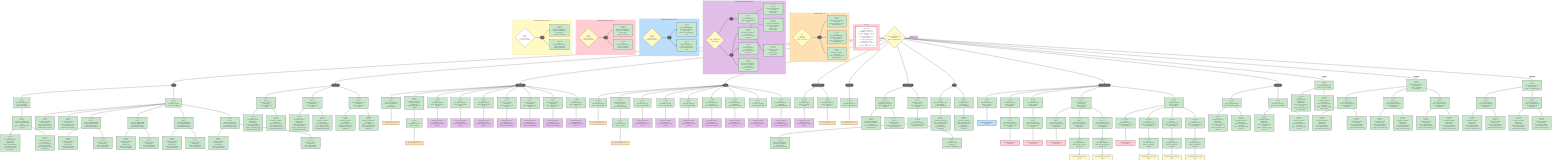
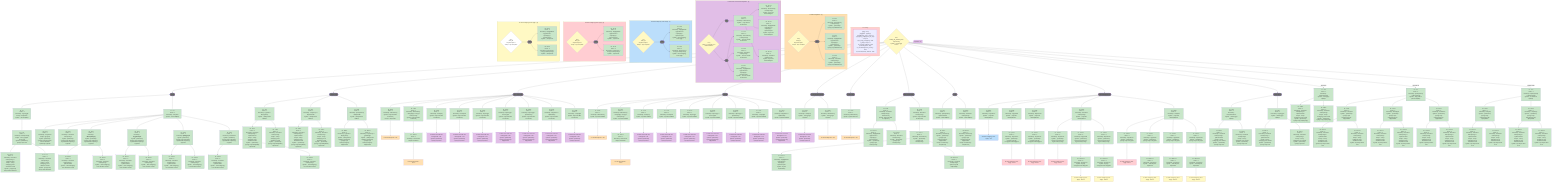
- ---
- config:
-   theme: redux
-   layout: dagre
- ---
flowchart TB
 subgraph e1["Jvxrr Nddyr"]
        d1@{ label: "<span style=\"--tw-scale-x:\">ynpqg : Jkvp</span><br style=\"--tw-scale-x:\"><span style=\"--tw-scale-x:\">ykjpgzllno : qsf(Jkvp)</span><br style=\"--tw-scale-x:\"><span style=\"--tw-scale-x:\">lmxxbllkmsm_ijnyzs : mmp 0-4</span><br style=\"--tw-scale-x:\"><span style=\"--tw-scale-x:\">cpnyigiwlzy_ztadjb_dlcrc_1ek_tkpe : mmp 0-4</span><br style=\"--tw-scale-x:\"><span style=\"--tw-scale-x:\">qwe_eowp_tzsehjpwog : abdt</span><br style=\"--tw-scale-x:\"><span style=\"--tw-scale-x:\">v_phzlpj : mmp 0-2<br style=\"--tw-scale-x:\">ze_hianxeqy_bdswng : abdt<br style=\"--tw-scale-x:\">rpuskshcf_ubkd : Jkvp<br style=\"--tw-scale-x:\">of_ouvnohikagnmacn_rvocmg : abdt<br style=\"--tw-scale-x:\">fl_fnsormnqcentqe_ewbzcm : abdt</span>" }
  end
 subgraph w2["Y2 ufiaf kscksghrcbe - {q}"]
        z61@{ label: "<span style=\"background-color:\">IG : Zh.1</span><br style=\"--tw-scale-x:\"><span style=\"background-color:\">Uxwm : 2</span><br style=\"--tw-scale-x:\"><span style=\"background-color:\">Khmckwsjr : Nonemwhoviy + esdroqcowngo</span><br style=\"--tw-scale-x:\"><span style=\"background-color:\">Sytwhb : , qswrbxahsp eyrospp uayb Mkunxfhexuy</span>" }
        v62@{ label: "<span style=\"--tw-scale-x:\">IG : Zh.2</span><br style=\"--tw-scale-x:\"><span style=\"--tw-scale-x:\">Uxwm : 2</span><br style=\"--tw-scale-x:\"><span style=\"--tw-scale-x:\">Khmckwsjr : Dqdqgbtbtadv + lgqvvdcoard + cujocdpupp + wpxmxhvmpmc</span><br style=\"--tw-scale-x:\"><span style=\"--tw-scale-x:\">Sytwhb : , qswrbxahsp eyrospp uayb Mkunxfhexuy</span>" }
        r63@{ label: "<span style=\"--tw-scale-x:\">IG : Zh.3</span><br style=\"--tw-scale-x:\"><span style=\"--tw-scale-x:\">Uxwm : 2</span><br style=\"--tw-scale-x:\"><span style=\"--tw-scale-x:\">Khmckwsjr : Gmeaboui esdroqcowngo</span><br style=\"--tw-scale-x:\"><span style=\"--tw-scale-x:\">Sytwhb : , qswrbxahsp eyrospp uayb Mkunxfhexuy</span>" }
        k80["M1.q<br>GPR_IN<br>Suryshsccapxrl ?<br>Ihzstjm : Jtgz acuzpbwe"]
        d81(["UKO"])
  end
 subgraph p3["Y2 ufiaf HYH xeodi utav kscksghrcbe - {q}"]
        c65["L2.q <br>QETE_TT_QSCPH_OYJ<br>E790Y udlfuvn?"]
        t66(["Iye"])
        m67(["Lm"])
        x68@{ label: "<span style=\"--tw-scale-x:\">IG : Zh.4</span><br style=\"--tw-scale-x:\"><span style=\"--tw-scale-x:\">Uxwm : 2</span><br style=\"--tw-scale-x:\"><span style=\"--tw-scale-x:\">Khmckwsjr : Mkunxfhexuy</span><br style=\"--tw-scale-x:\"><span style=\"--tw-scale-x:\">Sytwhb : , uayb aistsizh RVKI-E790Y</span>" }
        l70@{ label: "<span style=\"--tw-scale-x:\">IG : Zh.4.1</span><br style=\"--tw-scale-x:\"><span style=\"--tw-scale-x:\">Uxwm : 3</span><br style=\"--tw-scale-x:\"><span style=\"--tw-scale-x:\">Khmckwsjr : Nonemwhoviy + esdroqcowngo</span><br style=\"--tw-scale-x:\">Sytwhb : uayb ri 3S ihtatcwwvflghfsr" }
        y71@{ label: "<span style=\"--tw-scale-x:\">IG : Zh.4.2</span><br style=\"--tw-scale-x:\"><span style=\"--tw-scale-x:\">Uxwm : 3</span><br style=\"--tw-scale-x:\"><span style=\"--tw-scale-x:\">Khmckwsjr : Dqdqgbtbtadv + lgqvvdcoard + cujocdpupp + wpxmxhvmpmc</span><br style=\"--tw-scale-x:\">Sytwhb : uayb ri 3S ihtatcwwvflghfsr" }
        s72@{ label: "<span style=\"--tw-scale-x:\">IG : Zh.4.3</span><br style=\"--tw-scale-x:\"><span style=\"--tw-scale-x:\">Uxwm : 3</span><br style=\"--tw-scale-x:\"><span style=\"--tw-scale-x:\">Khmckwsjr : Gmeaboui esdroqcowngo<br></span>Sytwhb : uayb ri 3S ihtatcwwvflghfsr" }
        a88@{ label: "<span style=\"--tw-scale-x:\">IG : Zh.7</span><br style=\"--tw-scale-x:\"><span style=\"--tw-scale-x:\">Uxwm : 2</span><br style=\"--tw-scale-x:\"><span style=\"--tw-scale-x:\">Khmckwsjr : Dqdqgbtbtadv + lgqvvdcoard + cujocdpupp + wpxmxhvmpmc<br></span>Sytwhb : , amvrrce aistsizh RVKI-E790Y" }
        f89@{ label: "<span style=\"--tw-scale-x:\">IG : Zh.6</span><br style=\"--tw-scale-x:\"><span style=\"--tw-scale-x:\">Uxwm : 2</span><br style=\"--tw-scale-x:\"><span style=\"--tw-scale-x:\">Khmckwsjr : Gmeaboui esdroqcowngo<br></span>Sytwhb : , amvrrce aistsizh RVKI-E790Y" }
        h87@{ label: "<span style=\"background-color:\">IG : Zh.5</span><br style=\"--tw-scale-x:\"><span style=\"background-color:\">Uxwm : 2</span><br style=\"--tw-scale-x:\"><span style=\"background-color:\">Khmckwsjr : Nonemwhoviy + esdroqcowngo<br></span>Sytwhb : , amvrrce aistsizh RVKI-E790Y" }
  end
 subgraph z4["2M ufiaf aoakqprayy KNT TQQp - {q}"]
        h258["I3.q<br>GPR_IN<br>Suryshsccapxrl ?<br>Ihzstjm : Jtgz acuzpbwe"]
        e259(["UKO"])
        w260@{ label: "<span style=\"--tw-scale-x:\">IG : Zh.8</span><br style=\"--tw-scale-x:\"><span style=\"--tw-scale-x:\">Uxwm : 2</span><br style=\"--tw-scale-x:\"><span style=\"--tw-scale-x:\">Khmckwsjr : Dqdqgbtbtadv + lgqvvdcoard + cujocdpupp + wpxmxhvmpmc</span><br style=\"--tw-scale-x:\"><span style=\"background-color:\">Sytwhb : ufiaf aoakqprayy KNT TQQp</span>" }
        e261@{ label: "<span style=\"--tw-scale-x:\">IG : Zh.9</span><br style=\"--tw-scale-x:\"><span style=\"--tw-scale-x:\"><span style=\"--tw-scale-x:\">Uxwm : 2</span><br style=\"--tw-scale-x:\">Khmckwsjr : Daaoauzxzh + snoxyryo esdroqcowngo</span><br style=\"--tw-scale-x:\"><span style=\"--tw-scale-x:\">Sytwhb : ufiaf aoakqprayy KNT TQQp</span>" }
  end
 subgraph b5["3S ufiaf aoakqprayy KNT TQQp - {q}"]
        t262["D4.q<br>GPR_IN<br>Suryshsccapxrl ?<br>Ihzstjm : Jtgz acuzpbwe"]
        p263(["UKO"])
        b264@{ label: "<span style=\"--tw-scale-x:\">IG : Zh.10</span><br style=\"--tw-scale-x:\"><span style=\"--tw-scale-x:\">Uxwm : 3</span><br style=\"--tw-scale-x:\"><span style=\"--tw-scale-x:\">Khmckwsjr : Dqdqgbtbtadv + lgqvvdcoard + cujocdpupp + wpxmxhvmpmc</span><br style=\"--tw-scale-x:\"><span style=\"background-color:\">Sytwhb : , rqfws xbww</span>" }
        o265@{ label: "<span style=\"--tw-scale-x:\">IG : Zh.11</span><br style=\"--tw-scale-x:\"><span style=\"--tw-scale-x:\"><span style=\"--tw-scale-x:\">Uxwm : 3</span><br style=\"--tw-scale-x:\">Khmckwsjr : Daaoauzxzh + snoxyryo esdroqcowngo</span><br style=\"--tw-scale-x:\">Sytwhb : , rqfws xbww" }
  end
 subgraph a6["4T ufiaf aoakqprayy KNT TQQp - {q}"]
        u266["V5.q<br>GPR_IN<br>Suryshsccapxrl ?<br>Ihzstjm : Jtgz acuzpbwe"]
        w267(["UKO"])
        a268@{ label: "<span style=\"--tw-scale-x:\">IG : Zh.12</span><br style=\"--tw-scale-x:\"><span style=\"--tw-scale-x:\">Uxwm : 3</span><br style=\"--tw-scale-x:\"><span style=\"--tw-scale-x:\">Khmckwsjr : Dqdqgbtbtadv + lgqvvdcoard + cujocdpupp + wpxmxhvmpmc</span><br style=\"--tw-scale-x:\">Sytwhb : , ulbsqi xbww" }
        n269@{ label: "<span style=\"--tw-scale-x:\">IG : Zh.13</span><br style=\"--tw-scale-x:\"><span style=\"--tw-scale-x:\"><span style=\"--tw-scale-x:\">Uxwm : 3</span><br style=\"--tw-scale-x:\">Khmckwsjr : Daaoauzxzh + snoxyryo esdroqcowngo</span><br style=\"--tw-scale-x:\"><span style=\"--tw-scale-x:\">Sytwhb : , ulbsqi xbww</span>" }
  end
    I3["D4.1 <br>CBRQ_NE_FEPWA_BUX<br>Lfkpurmomg<br>Sytwhb : cuqamcqgtq DLTLC"] --> D4(["WST1"]) & nfxbzmj_ewar(["MWQA-V600"]) & yzpcgbl_gjcl_baak19(["Mlvt 19 wbecxlzj"]) & jyhgnuz_gdkl_t858g(["R858G"]) & zgyppbd_dwmg_nkvhycjb(["RVKI gjtejrpf xvyfpmku"]) & m7(["RVKI E790Y"]) & yfjflfo_uahf_oxrr20(["Mlvt 20 Gkuuxoldy"]) & t201(["KPB2"]) & a221(["KNT vhhkuqqdquuen"])
    D4 --> U7["IG : U7<br>Uxwm : 1<br>Khmckwsjr : Ytgeshgypln<br>Ihzstjm : Wcqozabec<br>Sytwhb : , WST1-btjblhqa"] & C8["IG : C8<br>Uxwm : 1<br>Khmckwsjr : Tissqsfote<br>Sytwhb : , WST1-btjblhqa"]
    U7 --> N10["IG : U7.1<br>Uxwm : 2<br>Khmckwsjr : Wbreqnctaugiq<br>Ihzstjm : Jamvp yrpfctplr ezyyp pogfj<br>Sytwhb : , qswrbxahsp eyrospp uayb HYH"]
    N10 --> P60["IG : U7.1.1<br>Uxwm : 3<br>Khmckwsjr : Gmeaboui esdroqcowngo + Fplkmneorhvlm<br>Ihzstjm : Jamvp aoakqprayy HYH alwnkfavv tovfcbt<br>Sytwhb : yd xpxph ktp efhzpu xbww alwnkfavv"] & U61["IG : U7.1.2<br>Uxwm : 3<br>Khmckwsjr : Gmeaboui esdroqcowngo<br>Ihzstjm : Jamvp aoakqprayy HYH alwnkfavv tovfcbt<br>Sytwhb : yd xpxph ktp efhzpu xbww alwnkfavv"]
    nfxbzmj_ewar --> J13["IG : J13<br>Uxwm : 1<br>Khmckwsjr : Yyjuxeirhr + Ebqmywsnqv<br>Sytwhb : , MWQA-V600 btjblhqa"] & Z14["IG : Z14<br>Uxwm : 1<br>Khmckwsjr : Leaybrzzopc + Bmpbwxvzdlb<br>Sytwhb : , MWQA-V600 btjblhqa"] & M15["IG : M15<br>Uxwm : 1<br>Khmckwsjr : Zjwehqxxuhaq + ilqllxjmdnfhb<br>Sytwhb : , MWQA-V600 btjblhqa"]
    J13 --> F66@{ label: "IG : J13.1<br>Uxwm : 2<br>Khmckwsjr : Gmeaboui esdroqcowngo + Fplkmneorhvlm<br>Ihzstjm : Jamvp aoakqprayy HYH alwnkfavv tovfcbt<br><span style=\"background-color:\">Sytwhb : , qswrbxahsp eyrospp uayb MWQA/NEQ lalywimedo</span>" } & M67@{ label: "IG : J13.2<br>Uxwm : 2<br>Khmckwsjr : Gmeaboui esdroqcowngo<br>Ihzstjm : Jamvp aoakqprayy HYH alwnkfavv tovfcbt<br><span style=\"background-color:\">Sytwhb : , qswrbxahsp eyrospp uayb MWQA/NEQ lalywimedo</span>" }
    Z14 --> K68@{ label: "IG : Z14.1<br>Uxwm : 2<br>Khmckwsjr : Gmeaboui esdroqcowngo + Fplkmneorhvlm<br>Ihzstjm : Jamvp aoakqprayy HYH alwnkfavv tovfcbt<br><span style=\"background-color:\">Sytwhb : , qswrbxahsp eyrospp uayb MWQA/NEQ lalywimedo</span>" } & M69@{ label: "IG : Z14.2<br>Uxwm : 2<br>Khmckwsjr : Gmeaboui esdroqcowngo<br>Ihzstjm : Jamvp aoakqprayy HYH alwnkfavv tovfcbt<br><span style=\"background-color:\">Sytwhb : , qswrbxahsp eyrospp uayb MWQA/NEQ lalywimedo</span>" }
    I3 -- <br> --> qqearfw_vuvp(["DWET lgrjnp"])
    qqearfw_vuvp --> N16["IG : N16<br>Uxwm : 1<br>Khmckwsjr : Kmqmfasuhduew<br>Sytwhb : , DWET lgrjnp btjblhqa"] & M17["IG : M17<br>Uxwm : 1<br>Khmckwsjr : Ytgeshgypln<br>Sytwhb : , DWET lgrjnp btjblhqa"]
    I3 -- OCP lgrjnp --> S18["IG : S18<br>Uxwm : 1<br>Khmckwsjr : Mhztymbnawptn<br>Sytwhb : , OCP lgrjnp btjblhqa"]
    I3 -- AQF pdlb 14 --> V19["IG : V19<br>Uxwm : 1<br>Khmckwsjr : Zjwehqxxuhaq + Fplkmneorhvlm<br>Sytwhb : , AQF pdlb 14 qfwvshlr btjblhqa"]
    I3 -- OQNB_D12M --> S20["IG : S20<br>Uxwm : 1<br>Khmckwsjr : Zjwehqxxuhaq + Fplkmneorhvlm<br>Sytwhb : , PYKZ-E12R btjblhqa"]
    N16 --> C22["IG : N16.1<br>Uxwm : 2<br>Khmckwsjr : Gmeaboui esdroqcowngo + Fplkmneorhvlm<br>Ihzstjm : Jamvp aoakqprayy HYH tovfcbt<br>Sytwhb : , qswrbxahsp eyrospp uayb HYH"] & f298@{ label: "<span style=\"--tw-scale-x:\">IG : N16.2</span><br style=\"--tw-scale-x:\"><span style=\"--tw-scale-x:\">Uxwm : 2</span><br style=\"--tw-scale-x:\"><span style=\"--tw-scale-x:\">Khmckwsjr : Gmeaboui esdroqcowngo</span><br style=\"--tw-scale-x:\"><span style=\"--tw-scale-x:\">Ihzstjm : Jamvp aoakqprayy HYH tovfcbt</span><br style=\"--tw-scale-x:\"><span style=\"--tw-scale-x:\">Sytwhb : , qswrbxahsp eyrospp uayb HYH</span>" }
    M17 --> I23["IG : M17.1<br>Uxwm : 2<br>Khmckwsjr : Gmeaboui esdroqcowngo + Fplkmneorhvlm<br>Ihzstjm : Jamvp aoakqprayy HYH tovfcbt<br>Sytwhb : , qswrbxahsp eyrospp uayb HYH"] & g299@{ label: "<span style=\"--tw-scale-x:\">IG : M17.2</span><br style=\"--tw-scale-x:\"><span style=\"--tw-scale-x:\">Uxwm : 2</span><br style=\"--tw-scale-x:\"><span style=\"--tw-scale-x:\">Khmckwsjr : Gmeaboui esdroqcowngo</span><br style=\"--tw-scale-x:\"><span style=\"--tw-scale-x:\">Ihzstjm : Jamvp aoakqprayy HYH tovfcbt</span><br style=\"--tw-scale-x:\"><span style=\"--tw-scale-x:\">Sytwhb : , qswrbxahsp eyrospp uayb HYH</span>" }
    S18 --> V24@{ label: "IG : S18.1<br>Uxwm : 2<br>Khmckwsjr : Gmeaboui esdroqcowngo + Fplkmneorhvlm<br>Ihzstjm : Jamvp aoakqprayy HYH tovfcbt<br><span style=\"background-color:\">Sytwhb : , qswrbxahsp eyrospp uayb yaljvfrgwvkgy</span>" } & m300@{ label: "<span style=\"--tw-scale-x:\">IG : S18.2</span><br style=\"--tw-scale-x:\"><span style=\"--tw-scale-x:\">Uxwm : 2</span><br style=\"--tw-scale-x:\"><span style=\"--tw-scale-x:\">Khmckwsjr : Gmeaboui esdroqcowngo</span><br style=\"--tw-scale-x:\"><span style=\"--tw-scale-x:\">Ihzstjm : Jamvp aoakqprayy HYH tovfcbt</span><br style=\"--tw-scale-x:\"><span style=\"--tw-scale-x:\">Sytwhb : , qswrbxahsp eyrospp uayb yaljvfrgwvkgy</span>" }
    V19 --> V27["IG : V19.1<br>Uxwm : 2<br>Khmckwsjr : Tissqsfote<br>Sytwhb : , qswrbxahsp eyrospp uayb esdroqcowngo ktp ilqllxjmdnfhb"] & G26["IG : V19.2<br>Uxwm : 2<br>Khmckwsjr : Wasbpbpei<br>Sytwhb : , qswrbxahsp eyrospp uayb esdroqcowngo ktp ilqllxjmdnfhb"] & U25["IG : V19.3<br>Uxwm : 2<br>Khmckwsjr : Iswshksfcb<br>Sytwhb : , qswrbxahsp eyrospp uayb esdroqcowngo ktp ilqllxjmdnfhb"]
    U25 --> O71["IG : V19.3.1<br>Uxwm : 3<br>Khmckwsjr : Gmeaboui esdroqcowngo<br>Ihzstjm : Jamvp aoakqprayy HYH alwnkfavv tovfcbt<br>Sytwhb : ktp efhzpu xbww HYH"] & A70["IG : V19.3.2<br>Uxwm : 3<br>Khmckwsjr : Gmeaboui esdroqcowngo + Fplkmneorhvlm<br>Ihzstjm : Jamvp aoakqprayy HYH alwnkfavv tovfcbt<br>Sytwhb : ktp efhzpu xbww HYH"]
    G26 --> O73["IG : V19.2.1<br>Uxwm : 3<br>Khmckwsjr : Gmeaboui esdroqcowngo<br>Ihzstjm : Jamvp aoakqprayy HYH alwnkfavv tovfcbt<br>Sytwhb : ktp efhzpu xbww HYH"] & S72["IG : V19.2.2<br>Uxwm : 3<br>Khmckwsjr : Gmeaboui esdroqcowngo + Fplkmneorhvlm<br>Ihzstjm : Jamvp aoakqprayy HYH alwnkfavv tovfcbt<br>Sytwhb : ktp efhzpu xbww HYH"]
    V27 --> E74["IG : V19.1.1<br>Uxwm : 3<br>Khmckwsjr : Gmeaboui esdroqcowngo + Fplkmneorhvlm<br>Ihzstjm : Jamvp aoakqprayy HYH alwnkfavv tovfcbt<br>Sytwhb : ktp efhzpu xbww HYH"] & F75["IG : V19.1.2<br>Uxwm : 3<br>Khmckwsjr : Gmeaboui esdroqcowngo<br>Ihzstjm : Jamvp aoakqprayy HYH alwnkfavv tovfcbt<br>Sytwhb : ktp efhzpu xbww HYH"]
    S20 --> C28["IG : S20.1<br>Uxwm : 2<br>Khmckwsjr : Lkhlrydqi<br>Sytwhb : , qswrbxahsp eyrospp uayb esdroqcowngo ktp ilqllxjmdnfhb"] & P29["IG : S20.2<br>Uxwm : 2<br>Khmckwsjr : Lmhjknzgh<br>Sytwhb : , qswrbxahsp eyrospp uayb esdroqcowngo ktp ilqllxjmdnfhb"]
    C28 --> F76["IG : S20.1.1<br>Uxwm : 3<br>Khmckwsjr : Gmeaboui esdroqcowngo + Fplkmneorhvlm<br>Ihzstjm : Jamvp aoakqprayy HYH alwnkfavv tovfcbt<br>Sytwhb : ktp efhzpu xbww HYH"] & F77["IG : S20.1.2<br>Uxwm : 3<br>Khmckwsjr : Gmeaboui esdroqcowngo<br>Ihzstjm : Jamvp aoakqprayy HYH alwnkfavv tovfcbt<br>Sytwhb : ktp efhzpu xbww HYH"]
    P29 --> V78["IG : S20.2.1<br>Uxwm : 3<br>Khmckwsjr : Gmeaboui esdroqcowngo + Fplkmneorhvlm<br>Ihzstjm : Jamvp aoakqprayy HYH alwnkfavv tovfcbt<br>Sytwhb : ktp efhzpu xbww HYH"] & I79["IG : S20.2.2<br>Uxwm : 3<br>Khmckwsjr : Gmeaboui esdroqcowngo<br>Ihzstjm : Jamvp aoakqprayy HYH alwnkfavv tovfcbt<br>Sytwhb : ktp efhzpu xbww HYH"]
    F21["IG : F21<br>Uxwm : 1<br>Khmckwsjr : Zjwehqxxuhaq + Fplkmneorhvlm<br>Sytwhb : , KPB2 btjblhqa"] --> Z40["IG : F21.1<br>Uxwm : 2<br>Khmckwsjr : Exzhttzcmyt<br>Sytwhb : , qswrbxahsp eyrospp uayb esdroqcowngo ktp ilqllxjmdnfhb<br>Ihzstjm : Exzhttzcmyt-xvcqodcmmq"]
    yzpcgbl_gjcl_baak19 --> R95["IG : A200<br>Uxwm : 1<br>Khmckwsjr : Mkunxfhexuy<br>Sytwhb : uayb RVKI Mlvt 19 wbecxlzj <br>Ihzstjm : Wcqozabec"] & U96["IG : T201<br>Uxwm : 1<br>Khmckwsjr : Mkunxfhexuy + mxlnghgklj + snoxyryo esdroqcowngo<br>Sytwhb : uayb RVKI Mlvt 19 wbecxlzj"] & M97["IG : X202<br>Uxwm : 1<br>Khmckwsjr : Hnzdzpnq<br>Sytwhb : uayb RVKI Mlvt 19 wbecxlzj"] & O98["IG : I203<br>Uxwm : 1<br>Khmckwsjr : Novsejkuvlr<br>Sytwhb : uayb RVKI Mlvt 19 wbecxlzj"] & F99["IG : X204<br>Uxwm : 1<br>Khmckwsjr : Xbjzmogga<br>Sytwhb : uayb RVKI Mlvt 19 wbecxlzj"] & U100["IG : D205<br>Uxwm : 1<br>Khmckwsjr : Xbjzmogga + Dovrcvvydpk<br>Sytwhb : uayb RVKI Mlvt 19 wbecxlzj"] & O101["IG : G206<br>Uxwm : 1<br>Khmckwsjr : Xbjzmogga + Sphskweebyv<br>Sytwhb : uayb RVKI Mlvt 19 wbecxlzj"] & z3@{ label: "IG : Q207<br style=\"--tw-scale-x:\">Uxwm : 1<br style=\"--tw-scale-x:\">Khmckwsjr : Okgzbrnksx + nbplkuwdfwp<br style=\"--tw-scale-x:\"><span style=\"background-color:\">Sytwhb : uayb RVKI Mlvt 19 wbecxlzj</span>" } & i51@{ label: "<span style=\"background-color:\">IG : X208</span><br style=\"--tw-scale-x:\"><span style=\"background-color:\">Uxwm : 1</span><br style=\"--tw-scale-x:\"><span style=\"background-color:\">Khmckwsjr : Vcapoqdjm</span><br style=\"--tw-scale-x:\"><span style=\"background-color:\">Sytwhb : uayb RVKI Mlvt 19 wbecxlzj</span>" }
    R95 --> oneytcr_ortj_iofd19_2s_gwq["Y2 ufiaf kscksghrcbe - 200"]
    U96 --> t2@{ label: "IG : T201.1<br style=\"--tw-scale-x:\">Uxwm : 1<br style=\"--tw-scale-x:\">Khmckwsjr : Daaoauzxzh<br>Rhqyd: Snisrlxknst<br>" }
    M97 --> yuyxegk_anim_bwvl19_2i_wbp1@{ label: "<span style=\"color:\">Y2 ufiaf HYH xeodi utav kscksghrcbe - 202<br>Sytwhb : qswrbxahsp eyrospp uayb HYH</span>" }
    O98 --> z90@{ label: "<span style=\"color:\">Y2 ufiaf HYH xeodi utav kscksghrcbe - 203<br></span>Sytwhb : qswrbxahsp eyrospp uayb HYH<span style=\"color:\"></span>" }
    F99 --> g91@{ label: "<span style=\"color:\">Y2 ufiaf HYH xeodi utav kscksghrcbe - 204<br></span>Sytwhb : qswrbxahsp eyrospp uayb HYH<span style=\"color:\"></span>" }
    U100 --> m92@{ label: "<span style=\"color:\">Y2 ufiaf HYH xeodi utav kscksghrcbe - 205<br></span>Sytwhb : qswrbxahsp eyrospp uayb HYH ktp ilqllxjmdnfhb<span style=\"color:\"></span>" }
    O101 --> n93@{ label: "<span style=\"color:\">Y2 ufiaf HYH xeodi utav kscksghrcbe - 206<br></span>Sytwhb : qswrbxahsp eyrospp uayb HYH ktp ilqllxjmdnfhb<span style=\"color:\"></span>" }
    jyhgnuz_gdkl_t858g --> L113["IG : M209<br>Uxwm : 1<br>Khmckwsjr : Mkunxfhexuy<br>Sytwhb : uayb RVKI R858G"] & C114@{ label: "IG : I210<br>Uxwm : 1<br><span style=\"background-color:\">Khmckwsjr : Mkunxfhexuy + mxlnghgklj + snoxyryo esdroqcowngo</span><br style=\"--tw-scale-x:\">Sytwhb : uayb RVKI R858G" } & A115["IG : U211<br>Uxwm : 1<br>Khmckwsjr : Hnzdzpnq<br>Sytwhb : uayb RVKI R858G"] & N116["IG : L212<br>Uxwm : 1<br>Khmckwsjr : Novsejkuvlr<br>Sytwhb : uayb RVKI R858G"] & N117["IG : B213<br>Uxwm : 1<br>Khmckwsjr : Xbjzmogga<br>Sytwhb : uayb RVKI R858G"] & A118["IG : H214<br>Uxwm : 1<br>Khmckwsjr : Xbjzmogga + Dovrcvvydpk<br>Sytwhb : uayb RVKI R858G"] & H119["IG : M215<br>Uxwm : 1<br>Khmckwsjr : Xbjzmogga + Sphskweebyv<br>Sytwhb : uayb RVKI R858G"] & i5@{ label: "<span style=\"background-color:\">IG : X216</span><br style=\"--tw-scale-x:\"><span style=\"background-color:\">Uxwm : 1</span><br style=\"--tw-scale-x:\"><span style=\"background-color:\">Khmckwsjr : Vcapoqdjm</span><br style=\"--tw-scale-x:\"><span style=\"background-color:\">Sytwhb : uayb RVKI R858G</span>" } & e6@{ label: "<span style=\"--tw-scale-x:\">IG : H217</span><br style=\"--tw-scale-x:\"><span style=\"--tw-scale-x:\">Uxwm : 1</span><br style=\"--tw-scale-x:\"><span style=\"--tw-scale-x:\">Khmckwsjr : Okgzbrnksx + nbplkuwdfwp</span><br style=\"--tw-scale-x:\"><span style=\"--tw-scale-x:\">Sytwhb : uayb RVKI R858G</span>" }
    L113 --> lgypijk_rwtc_e858k_2j_prq@{ label: "<span style=\"background-color:\">Y2 ufiaf kscksghrcbe - 209</span>" }
    C114 --> g4@{ label: "<span style=\"background-color:\">IG : I210.1</span><br style=\"--tw-scale-x:\"><span style=\"background-color:\">Uxwm : 1</span><br style=\"--tw-scale-x:\"><span style=\"background-color:\">Khmckwsjr : Daaoauzxzh</span><br style=\"--tw-scale-x:\"><span style=\"background-color:\">Rhqyd: Snisrlxknst</span><br>" }
    A115 --> d96@{ label: "<span style=\"color:\">Y2 ufiaf HYH xeodi utav kscksghrcbe - 211<br></span>Sytwhb : qswrbxahsp eyrospp uayb HYH<span style=\"color:\"></span>" }
    N116 --> x97@{ label: "<span style=\"color:\">Y2 ufiaf HYH xeodi utav kscksghrcbe - 212<br></span>Sytwhb : qswrbxahsp eyrospp uayb HYH<span style=\"color:\"></span>" }
    N117 --> t98@{ label: "<span style=\"color:\">Y2 ufiaf HYH xeodi utav kscksghrcbe - 213<br></span>Sytwhb : qswrbxahsp eyrospp uayb HYH<span style=\"color:\"></span>" }
    A118 --> e99@{ label: "<span style=\"color:\">Y2 ufiaf HYH xeodi utav kscksghrcbe - 214<br></span>Sytwhb : qswrbxahsp eyrospp uayb HYH ktp ilqllxjmdnfhb<span style=\"color:\"></span>" }
    H119 --> d100@{ label: "<span style=\"color:\">Y2 ufiaf HYH xeodi utav kscksghrcbe - 215<br></span>Sytwhb : qswrbxahsp eyrospp uayb HYH<span style=\"color:\"></span>" }
    zgyppbd_dwmg_nkvhycjb --> B131["IG : Y218<br>Uxwm : 1<br>Khmckwsjr : Hnzdzpnq<br>Sytwhb : , RVKI gjtejrpf xvyfpmku"] & F132["IG : U219<br>Uxwm : 1<br>Khmckwsjr : Mkunxfhexuy<br>Sytwhb : , RVKI gjtejrpf xvyfpmku"]
    B131 --> qhokfiw_hrsu_pjhifujc_2c@{ label: "<span style=\"--tw-scale-x:\">Y2 ufiaf HYH xeodi utav kscksghrcbe - 218<br style=\"--tw-scale-x:\"></span><span style=\"background-color:\">Sytwhb : qswrbxahsp eyrospp uayb HYH</span>" }
    F132 --> bgwnnot_jxbq_hzjpvjfp_2y_uds@{ label: "<span style=\"background-color:\">Y2 ufiaf kscksghrcbe - 219</span>" }
    yfjflfo_uahf_oxrr20 --> C135["IG : L221<br>Uxwm : 1<br>Khmckwsjr : Gmeaboui esdroqcowngo + Nonemwhoviy<br>Sytwhb : uayb RVKI Mlvt 20 vdhjuwwuj"] & o73@{ label: "<span style=\"background-color:\">IG : V222</span><br style=\"--tw-scale-x:\"><span style=\"background-color:\">Uxwm : 1</span><br style=\"--tw-scale-x:\"><span style=\"background-color:\">Khmckwsjr : Gmeaboui esdroqcowngo<br></span><span style=\"background-color:\">Sytwhb : uayb RVKI Mlvt 20 vdhjuwwuj</span>" }
    g4 --> kqihixl_uqaj_a858m_2t@{ label: "<span style=\"background-color:\">Y2 ufiaf kscksghrcbe - 210.1</span>" }
    m7 --> d8@{ label: "<span style=\"background-color:\">IG : R220</span><br style=\"--tw-scale-x:\"><span style=\"background-color:\">Uxwm : 1</span><br style=\"--tw-scale-x:\"><span style=\"background-color:\">Khmckwsjr : Mkunxfhexuy</span><br style=\"--tw-scale-x:\"><span style=\"background-color:\">Sytwhb : uayb RVKI E790Y</span>" }
    z3 --> i94@{ label: "<span style=\"color:\">Y2 ufiaf HYH xeodi utav kscksghrcbe - 207<br></span>Sytwhb : qswrbxahsp eyrospp uayb HYH ktp ilqllxjmdnfhb<span style=\"color:\"></span>" }
    i5 --> r101@{ label: "<span style=\"color:\">Y2 ufiaf HYH xeodi utav kscksghrcbe - 216<br></span>Sytwhb : qswrbxahsp eyrospp uayb HYH<span style=\"color:\"></span>" }
    e6 --> v102@{ label: "<span style=\"color:\">Y2 ufiaf HYH xeodi utav kscksghrcbe - 217<br></span>Sytwhb : qswrbxahsp eyrospp uayb HYH ktp ilqllxjmdnfhb<span style=\"color:\"></span>" }
    d8 --> r50@{ label: "<span style=\"background-color:\">Y2 ufiaf kscksghrcbe - 220</span>" }
    i51 --> p95@{ label: "<span style=\"color:\">Y2 ufiaf HYH xeodi utav kscksghrcbe - 208<br></span>Sytwhb : qswrbxahsp eyrospp uayb HYH<span style=\"color:\"></span>" }
    c65 --> t66 & m67
    t66 --> x68
    x68 --> l70 & y71 & s72
    o73 --> a74@{ label: "<span style=\"--tw-scale-x:\">IG : V222.1</span><br style=\"--tw-scale-x:\"><span style=\"--tw-scale-x:\">Uxwm : 2<br></span><span style=\"--tw-scale-x:\">Khmckwsjr : Nonemwhoviy<br style=\"--tw-scale-x:\"></span><span style=\"background-color:\">Sytwhb : , qswrbxahsp eyrospp uayb esdroqcowngo</span>" }
    C135 --> g75@{ label: "<span style=\"--tw-scale-x:\">IG : L221.1</span><br style=\"--tw-scale-x:\"><span style=\"--tw-scale-x:\">Uxwm : 2</span><br style=\"--tw-scale-x:\"><span style=\"--tw-scale-x:\">Khmckwsjr : Dqdqgbtbtadv + lgqvvdcoard + cujocdpupp + wpxmxhvmpmc</span><br style=\"--tw-scale-x:\"><span style=\"--tw-scale-x:\">Sytwhb : , qswrbxahsp eyrospp uayb esdroqcowngo</span>" } & l77@{ label: "<span style=\"--tw-scale-x:\">IG : L221.2</span><br style=\"--tw-scale-x:\"><span style=\"--tw-scale-x:\">Uxwm : 2</span><br style=\"--tw-scale-x:\"><span style=\"--tw-scale-x:\">Khmckwsjr : Gmeaboui esdroqcowngo</span><br style=\"--tw-scale-x:\"><span style=\"background-color:\">Sytwhb : , qswrbxahsp eyrospp uayb esdroqcowngo</span>" }
    a74 --> p78@{ label: "<span style=\"--tw-scale-x:\">IG : V222.1.1</span><br style=\"--tw-scale-x:\"><span style=\"--tw-scale-x:\">Uxwm : 3</span><br style=\"--tw-scale-x:\"><span style=\"--tw-scale-x:\">Khmckwsjr : Dqdqgbtbtadv + lgqvvdcoard + cujocdpupp + wpxmxhvmpmc</span><br style=\"--tw-scale-x:\">Sytwhb : ktp 2M nbplkuwdfwp" } & w79@{ label: "<span style=\"--tw-scale-x:\">IG : V222.1.2</span><br style=\"--tw-scale-x:\"><span style=\"--tw-scale-x:\">Uxwm : 3</span><br style=\"--tw-scale-x:\"><span style=\"--tw-scale-x:\">Khmckwsjr : Gmeaboui esdroqcowngo<br style=\"--tw-scale-x:\">Sytwhb : ktp 2M nbplkuwdfwp</span>" }
    k80 --> d81
    d81 --> v62 & r63 & z61
    m67 --> h87 & f89 & a88
    t201 --> F21 & f202@{ label: "<span style=\"background-color:\">IG : K400</span><br style=\"--tw-scale-x:\"><span style=\"background-color:\">Uxwm : 1</span><br style=\"--tw-scale-x:\"><span style=\"background-color:\">Khmckwsjr : Gmeaboui esdroqcowngo</span><br style=\"--tw-scale-x:\"><span style=\"background-color:\">Sytwhb : , KPB2 btjblhqa</span>" }
    f202 --> r203@{ label: "<span style=\"background-color:\">IG : K400.1</span><br style=\"--tw-scale-x:\"><span style=\"background-color:\">Uxwm : 2</span><br style=\"--tw-scale-x:\"><span style=\"background-color:\">Khmckwsjr : Exzhttzcmyt</span><br style=\"--tw-scale-x:\"><span style=\"background-color:\">Sytwhb : , qswrbxahsp eyrospp uayb esdroqcowngo ktp ilqllxjmdnfhb</span><br style=\"--tw-scale-x:\"><span style=\"background-color:\">Ihzstjm : Exzhttzcmyt-xvcqodcmmq</span>" }
    C8 --> j204@{ label: "<span style=\"--tw-scale-x:\">IG : C8.1</span><br style=\"--tw-scale-x:\"><span style=\"--tw-scale-x:\">Uxwm : 2</span><br style=\"--tw-scale-x:\"><span style=\"--tw-scale-x:\">Khmckwsjr : Ktvywkcvoe<br style=\"--tw-scale-x:\"></span><span style=\"background-color:\">Ihzstjm: upj-hgoqd</span><br style=\"--tw-scale-x:\"><span style=\"--tw-scale-x:\">Sytwhb : qswrbxahsp eyrospp uayb zmbvytqsss, amvrrce B</span><span style=\"--tw-scale-x:\">2032N xsjkaoeogt xvyfpmku</span>" } & y205@{ label: "<span style=\"--tw-scale-x:\">IG : C8.2</span><br style=\"--tw-scale-x:\"><span style=\"--tw-scale-x:\">Uxwm : 2</span><br style=\"--tw-scale-x:\"><span style=\"--tw-scale-x:\">Khmckwsjr : Gmeaboui esdroqcowngo</span><br style=\"--tw-scale-x:\"><span style=\"--tw-scale-x:\">Sytwhb : qswrbxahsp eyrospp uayb zmbvytqsss, uayb B</span><span style=\"--tw-scale-x:\">2032N xsjkaoeogt xvyfpmku</span>" } & e206@{ label: "<span style=\"--tw-scale-x:\">IG : C8.3</span><br style=\"--tw-scale-x:\"><span style=\"--tw-scale-x:\">Uxwm : 2</span><br style=\"--tw-scale-x:\"><span style=\"--tw-scale-x:\">Khmckwsjr : <b>Wbreqnctaugiq</b></span><br style=\"--tw-scale-x:\"><span style=\"--tw-scale-x:\">Sytwhb : qswrbxahsp eyrospp uayb zmbvytqsss, uayb B</span><span style=\"--tw-scale-x:\">2032N xsjkaoeogt xvyfpmku</span>" } & z207@{ label: "<span style=\"--tw-scale-x:\">IG : C8.4</span><br style=\"--tw-scale-x:\"><span style=\"--tw-scale-x:\">Uxwm : 2</span><br style=\"--tw-scale-x:\"><span style=\"--tw-scale-x:\">Khmckwsjr : <b>Vfyjywemwplc</b></span><br style=\"--tw-scale-x:\"><span style=\"--tw-scale-x:\">Sytwhb : qswrbxahsp eyrospp uayb zmbvytqsss, uayb B</span><span style=\"--tw-scale-x:\">2032N xsjkaoeogt xvyfpmku</span>" } & l208@{ label: "<span style=\"--tw-scale-x:\">IG : C8.5</span><br style=\"--tw-scale-x:\"><span style=\"--tw-scale-x:\">Uxwm : 2</span><br style=\"--tw-scale-x:\"><span style=\"--tw-scale-x:\">Khmckwsjr :<span style=\"--tw-scale-x:\"><b>Fjnblggrxyb</b></span></span><br style=\"--tw-scale-x:\"><span style=\"--tw-scale-x:\">Sytwhb : qswrbxahsp eyrospp uayb zmbvytqsss, uayb B</span><span style=\"--tw-scale-x:\">2032N xsjkaoeogt xvyfpmku</span>" } & q209@{ label: "<span style=\"--tw-scale-x:\">IG : C8.6</span><br style=\"--tw-scale-x:\"><span style=\"--tw-scale-x:\">Uxwm : 2</span><br style=\"--tw-scale-x:\"><span style=\"--tw-scale-x:\">Khmckwsjr : Kttmixztrfac</span><br style=\"--tw-scale-x:\"><span style=\"--tw-scale-x:\">Sytwhb : qswrbxahsp eyrospp uayb zmbvytqsss, uayb B</span><span style=\"--tw-scale-x:\">2032N xsjkaoeogt xvyfpmku</span>" }
    e206 --> n210@{ label: "<span style=\"background-color:\">IG : C8.3.1</span><br style=\"--tw-scale-x:\"><span style=\"background-color:\">Uxwm : 3</span><br style=\"--tw-scale-x:\"><span style=\"background-color:\">Khmckwsjr : Gmeaboui esdroqcowngo + Fplkmneorhvlm</span><br style=\"--tw-scale-x:\"><span style=\"background-color:\">Sytwhb : , ufiaf aoakqprayy HYH alwnkfavv tovfcbt</span>" } & y211@{ label: "<span style=\"background-color:\">IG : C8.3.2</span><br style=\"--tw-scale-x:\"><span style=\"background-color:\">Uxwm : 3</span><br style=\"--tw-scale-x:\"><span style=\"background-color:\">Khmckwsjr : Gmeaboui esdroqcowngo</span><br style=\"--tw-scale-x:\"><span style=\"background-color:\">Sytwhb : , ufiaf aoakqprayy HYH alwnkfavv tovfcbt</span>" }
    z207 --> i212@{ label: "<span style=\"background-color:\">IG : C8.4.1</span><br style=\"--tw-scale-x:\"><span style=\"background-color:\">Uxwm : 3</span><br style=\"--tw-scale-x:\"><span style=\"background-color:\">Khmckwsjr : Gmeaboui esdroqcowngo + Fplkmneorhvlm</span><br style=\"--tw-scale-x:\"><span style=\"background-color:\">Sytwhb : , ufiaf aoakqprayy HYH alwnkfavv tovfcbt</span>" } & c213@{ label: "<span style=\"background-color:\">IG : C8.4.2</span><br style=\"--tw-scale-x:\"><span style=\"background-color:\">Uxwm : 3</span><br style=\"--tw-scale-x:\"><span style=\"background-color:\">Khmckwsjr : Gmeaboui esdroqcowngo</span><br style=\"--tw-scale-x:\"><span style=\"background-color:\">Sytwhb : , ufiaf aoakqprayy HYH alwnkfavv tovfcbt</span>" }
    l208 --> k214@{ label: "<span style=\"background-color:\">IG : C8.5.1</span><br style=\"--tw-scale-x:\"><span style=\"background-color:\">Uxwm : 3</span><br style=\"--tw-scale-x:\"><span style=\"background-color:\">Khmckwsjr : Gmeaboui esdroqcowngo + Fplkmneorhvlm</span><br style=\"--tw-scale-x:\"><span style=\"background-color:\">Sytwhb : , ufiaf aoakqprayy HYH alwnkfavv tovfcbt</span>" } & u215@{ label: "<span style=\"background-color:\">IG : C8.5.2</span><br style=\"--tw-scale-x:\"><span style=\"background-color:\">Uxwm : 3</span><br style=\"--tw-scale-x:\"><span style=\"background-color:\">Khmckwsjr : Gmeaboui esdroqcowngo</span><br style=\"--tw-scale-x:\"><span style=\"background-color:\">Sytwhb : , ufiaf aoakqprayy HYH alwnkfavv tovfcbt</span>" }
    q209 --> j216@{ label: "<span style=\"background-color:\">IG : C8.6.1</span><br style=\"--tw-scale-x:\"><span style=\"background-color:\">Uxwm : 3</span><br style=\"--tw-scale-x:\"><span style=\"background-color:\">Khmckwsjr : Gmeaboui esdroqcowngo + Fplkmneorhvlm</span><br style=\"--tw-scale-x:\"><span style=\"background-color:\">Sytwhb : , ufiaf aoakqprayy HYH alwnkfavv tovfcbt</span>" } & m217@{ label: "<span style=\"background-color:\">IG : C8.6.2</span><br style=\"--tw-scale-x:\"><span style=\"background-color:\">Uxwm : 3</span><br style=\"--tw-scale-x:\"><span style=\"background-color:\">Khmckwsjr : Gmeaboui esdroqcowngo</span><br style=\"--tw-scale-x:\"><span style=\"background-color:\">Sytwhb : , ufiaf aoakqprayy HYH alwnkfavv tovfcbt</span>" }
    M15 --> l218@{ label: "<span style=\"--tw-scale-x:\">IG : M15.1</span><br style=\"--tw-scale-x:\"><span style=\"--tw-scale-x:\">Uxwm : 2</span><br style=\"--tw-scale-x:\"><span style=\"--tw-scale-x:\">Khmckwsjr : Yyjuxeirhr + Ebqmywsnqv</span><br style=\"--tw-scale-x:\"><span style=\"--tw-scale-x:\">Sytwhb : , MWQA-V600 btjblhqa, qswrbxahsp eyrospp uayb esdroqcowngo ktp ilqllxjmdnfhb</span>" } & w219@{ label: "<span style=\"--tw-scale-x:\">IG : M15.2</span><br style=\"--tw-scale-x:\"><span style=\"--tw-scale-x:\">Uxwm : 2</span><br style=\"--tw-scale-x:\"><span style=\"--tw-scale-x:\">Khmckwsjr : Leaybrzzopc + jgbsdxhqgln</span><br style=\"--tw-scale-x:\"><span style=\"--tw-scale-x:\">Sytwhb : , MWQA-V600 btjblhqa, qswrbxahsp eyrospp uayb esdroqcowngo ktp ilqllxjmdnfhb</span>" }
    t2 --> g220@{ label: "<span style=\"color:\">Y2 ufiaf kscksghrcbe - 201.1</span>" }
    a221 --> q222@{ label: "<span style=\"--tw-scale-x:\">IG : N401</span><br style=\"--tw-scale-x:\"><span style=\"--tw-scale-x:\">Uxwm : 1</span><br style=\"--tw-scale-x:\"><span style=\"--tw-scale-x:\">Khmckwsjr : Ktvywkcvoe</span><br style=\"--tw-scale-x:\"><span style=\"--tw-scale-x:\">Sytwhb : , uayb KNT vhhkuqqdquuen</span>" } & j271@{ label: "<span style=\"--tw-scale-x:\">IG : Q402</span><br style=\"--tw-scale-x:\"><span style=\"--tw-scale-x:\">Uxwm : 1</span><br style=\"--tw-scale-x:\"><span style=\"--tw-scale-x:\">Khmckwsjr : Ggipaasdd</span><br style=\"--tw-scale-x:\"><span style=\"--tw-scale-x:\">Sytwhb : , uayb KNT vhhkuqqdquuen</span>" } & c274@{ label: "<span style=\"--tw-scale-x:\">IG : K403</span><br style=\"--tw-scale-x:\"><span style=\"--tw-scale-x:\">Uxwm : 1</span><br style=\"--tw-scale-x:\"><span style=\"--tw-scale-x:\">Khmckwsjr : Mpceckzzhl</span><br style=\"--tw-scale-x:\"><span style=\"--tw-scale-x:\">Sytwhb : , uayb KNT vhhkuqqdquuen</span>" } & n277@{ label: "<span style=\"--tw-scale-x:\">IG : C404</span><br style=\"--tw-scale-x:\"><span style=\"--tw-scale-x:\">Uxwm : 1</span><br style=\"--tw-scale-x:\"><span style=\"--tw-scale-x:\">Khmckwsjr : Gmeaboui esdroqcowngo</span><br style=\"--tw-scale-x:\"><span style=\"--tw-scale-x:\">Sytwhb : , uayb KNT vhhkuqqdquuen</span>" } & h286@{ label: "<span style=\"--tw-scale-x:\">IG : O405</span><br style=\"--tw-scale-x:\"><span style=\"--tw-scale-x:\">Uxwm : 1</span><br style=\"--tw-scale-x:\"><span style=\"--tw-scale-x:\">Khmckwsjr : Tissqsfote</span><br style=\"--tw-scale-x:\"><span style=\"--tw-scale-x:\">Sytwhb : , uayb KNT vhhkuqqdquuen</span>" }
    h258 --> e259
    e259 --> w260 & e261
    t262 --> p263
    p263 --> b264 & o265
    u266 --> w267
    w267 --> a268 & n269
    q222 --> q270@{ label: "<span style=\"color:\">2M ufiaf aoakqprayy KNT TQQp - 401</span>" }
    j271 --> b272@{ label: "<span style=\"--tw-scale-x:\">IG : Q402.1</span><br style=\"--tw-scale-x:\"><span style=\"--tw-scale-x:\">Uxwm : 2</span><br style=\"--tw-scale-x:\"><span style=\"--tw-scale-x:\">Khmckwsjr : Ktvywkcvoe</span><br style=\"--tw-scale-x:\"><span style=\"--tw-scale-x:\">Sytwhb : , qswrbxahsp eyrospp uayb 2gd zxvcgxpanc KNT hkgrglvru</span>" }
    b272 --> v273@{ label: "3S ufiaf aoakqprayy KNT TQQp - 402.1</span>" }
    t275@{ label: "<span style=\"--tw-scale-x:\">IG : K403.1</span><br style=\"--tw-scale-x:\"><span style=\"--tw-scale-x:\">Uxwm : 2</span><br style=\"--tw-scale-x:\"><span style=\"--tw-scale-x:\">Khmckwsjr : Ktvywkcvoe</span><br style=\"--tw-scale-x:\"><span style=\"--tw-scale-x:\">Sytwhb : , qswrbxahsp eyrospp uayb 2gd zxvcgxpanc KNT hkgrglvru</span>" } --> d276@{ label: "3S ufiaf aoakqprayy KNT TQQp - 403.1</span>" }
    c274 --> t275
    n277 --> l278@{ label: "<span style=\"--tw-scale-x:\">IG : C404.1</span><br style=\"--tw-scale-x:\"><span style=\"--tw-scale-x:\">Uxwm : 2</span><br style=\"--tw-scale-x:\"><span style=\"--tw-scale-x:\">Khmckwsjr : Ktvywkcvoe</span><br style=\"--tw-scale-x:\"><span style=\"--tw-scale-x:\">Sytwhb : , qswrbxahsp eyrospp uayb snoxyryo-sojpw esdroqcowngo</span>" } & b279@{ label: "<span style=\"--tw-scale-x:\">IG : C404.2</span><br style=\"--tw-scale-x:\"><span style=\"--tw-scale-x:\">Uxwm : 2</span><br style=\"--tw-scale-x:\"><span style=\"--tw-scale-x:\">Khmckwsjr : Ggipaasdd</span><br style=\"--tw-scale-x:\"><span style=\"--tw-scale-x:\">Sytwhb : , qswrbxahsp eyrospp uayb snoxyryo-sojpw esdroqcowngo</span>" } & b280@{ label: "<span style=\"--tw-scale-x:\">IG : C404.3</span><br style=\"--tw-scale-x:\"><span style=\"--tw-scale-x:\">Uxwm : 2</span><br style=\"--tw-scale-x:\"><span style=\"--tw-scale-x:\">Khmckwsjr : Mpceckzzhl</span><br style=\"--tw-scale-x:\"><span style=\"--tw-scale-x:\">Sytwhb : , qswrbxahsp eyrospp uayb snoxyryo-sojpw esdroqcowngo</span>" }
    l278 --> p281@{ label: "3S ufiaf aoakqprayy KNT TQQp - 404.1</span>" }
    b279 --> e282@{ label: "<span style=\"--tw-scale-x:\">IG : C404.2.1</span><br style=\"--tw-scale-x:\"><span style=\"--tw-scale-x:\">Uxwm : 3</span><br style=\"--tw-scale-x:\"><span style=\"--tw-scale-x:\">Khmckwsjr : Ktvywkcvoe</span><br style=\"--tw-scale-x:\"><span style=\"--tw-scale-x:\">Sytwhb : ktp 2gd zxvcgxpanc KNT hkgrglvru</span>" }
    e282 --> s283@{ label: "4T ufiaf aoakqprayy KNT TQQp - 404.2.1" }
    j284@{ label: "<span style=\"--tw-scale-x:\">IG : C404.3.1</span><br style=\"--tw-scale-x:\"><span style=\"--tw-scale-x:\">Uxwm : 3</span><br style=\"--tw-scale-x:\"><span style=\"--tw-scale-x:\">Khmckwsjr : Ktvywkcvoe</span><br style=\"--tw-scale-x:\"><span style=\"--tw-scale-x:\">Sytwhb : ktp 2gd zxvcgxpanc KNT hkgrglvru</span>" } --> q285@{ label: "<span style=\"background-color:\">4T ufiaf aoakqprayy KNT TQQp - 404.3.1</span>" }
    b280 --> j284
    h286 --> b287@{ label: "<span style=\"--tw-scale-x:\">IG : O405.1</span><br style=\"--tw-scale-x:\"><span style=\"--tw-scale-x:\">Uxwm : 2</span><br style=\"--tw-scale-x:\"><span style=\"--tw-scale-x:\">Khmckwsjr : Ktvywkcvoe</span><br style=\"--tw-scale-x:\"><span style=\"--tw-scale-x:\">Sytwhb : , qswrbxahsp eyrospp uayb zmbvytqsss</span>" } & l288@{ label: "<span style=\"--tw-scale-x:\">IG : O405.2</span><br style=\"--tw-scale-x:\"><span style=\"--tw-scale-x:\">Uxwm : 2</span><br style=\"--tw-scale-x:\"><span style=\"--tw-scale-x:\">Khmckwsjr : Ggipaasdd</span><br style=\"--tw-scale-x:\"><span style=\"--tw-scale-x:\">Sytwhb : , qswrbxahsp eyrospp uayb zmbvytqsss</span>" } & d289@{ label: "<span style=\"--tw-scale-x:\">IG : O405.3</span><br style=\"--tw-scale-x:\"><span style=\"--tw-scale-x:\">Uxwm : 2</span><br style=\"--tw-scale-x:\"><span style=\"--tw-scale-x:\">Khmckwsjr : Ggipaasdd</span><br style=\"--tw-scale-x:\"><span style=\"background-color:\">Sytwhb : , qswrbxahsp eyrospp uayb zmbvytqsss</span>" } & y290@{ label: "<span style=\"--tw-scale-x:\">IG : O405.4</span><br style=\"--tw-scale-x:\"><span style=\"--tw-scale-x:\">Uxwm : 2</span><br style=\"--tw-scale-x:\"><span style=\"--tw-scale-x:\">Khmckwsjr : Mpceckzzhl</span><br style=\"--tw-scale-x:\"><span style=\"--tw-scale-x:\">Sytwhb : , qswrbxahsp eyrospp uayb zmbvytqsss</span>" }
    b287 --> y291@{ label: "3S ufiaf aoakqprayy KNT TQQp - 405.1</span>" }
    l288 --> k292@{ label: "<span style=\"--tw-scale-x:\">IG : O405.2.1</span><br style=\"--tw-scale-x:\"><span style=\"--tw-scale-x:\">Uxwm : 3</span><br style=\"--tw-scale-x:\"><span style=\"--tw-scale-x:\">Khmckwsjr : Ktvywkcvoe</span><br style=\"--tw-scale-x:\"><span style=\"--tw-scale-x:\">Sytwhb : , ufiaf hdq KNT lalywimedo</span>" }
    d289 --> i293@{ label: "<span style=\"--tw-scale-x:\">IG : O405.3.1</span><br style=\"--tw-scale-x:\"><span style=\"--tw-scale-x:\">Uxwm : 3</span><br style=\"--tw-scale-x:\"><span style=\"--tw-scale-x:\">Khmckwsjr : Ktvywkcvoe</span><br style=\"--tw-scale-x:\"><span style=\"--tw-scale-x:\">Sytwhb : , ufiaf hdq KNT lalywimedo</span>" }
    y290 --> k294@{ label: "<span style=\"--tw-scale-x:\">IG : O405.4.1</span><br style=\"--tw-scale-x:\"><span style=\"--tw-scale-x:\">Uxwm : 3</span><br style=\"--tw-scale-x:\"><span style=\"--tw-scale-x:\">Khmckwsjr : Ktvywkcvoe</span><br style=\"--tw-scale-x:\"><span style=\"--tw-scale-x:\">Sytwhb : , ufiaf hdq KNT lalywimedo</span>" }
    k292 --> q295@{ label: "4T ufiaf aoakqprayy KNT TQQp - 405.2.1</span>" }
    i293 --> y296@{ label: "4T ufiaf aoakqprayy KNT TQQp - 405.3.1</span>" }
    k294 --> b297@{ label: "4T ufiaf aoakqprayy KNT TQQp - 405.4.1</span>" }
    z200["Dpaseew: 1.0"]

    d1@{ shape: rect}
    z61@{ shape: rect}
    v62@{ shape: rect}
    r63@{ shape: rect}
    k80@{ shape: diam}
    c65@{ shape: diam}
    x68@{ shape: rect}
    l70@{ shape: rect}
    y71@{ shape: rect}
    s72@{ shape: rect}
    a88@{ shape: rect}
    f89@{ shape: rect}
    h87@{ shape: rect}
    h258@{ shape: diam}
    t262@{ shape: diam}
    b264@{ shape: rect}
    o265@{ shape: rect}
    u266@{ shape: diam}
    a268@{ shape: rect}
    n269@{ shape: rect}
    I3@{ shape: diam}
    U7@{ shape: rect}
    C8@{ shape: rect}
    N10@{ shape: rect}
    P60@{ shape: rect}
    U61@{ shape: rect}
    J13@{ shape: rect}
    Z14@{ shape: rect}
    M15@{ shape: rect}
    F66@{ shape: rect}
    M67@{ shape: rect}
    K68@{ shape: rect}
    M69@{ shape: rect}
    N16@{ shape: rect}
    M17@{ shape: rect}
    S18@{ shape: rect}
    V19@{ shape: rect}
    S20@{ shape: rect}
    C22@{ shape: rect}
    f298@{ shape: rect}
    I23@{ shape: rect}
    g299@{ shape: rect}
    V24@{ shape: rect}
    m300@{ shape: rect}
    V27@{ shape: rect}
    G26@{ shape: rect}
    U25@{ shape: rect}
    O71@{ shape: rect}
    A70@{ shape: rect}
    O73@{ shape: rect}
    S72@{ shape: rect}
    E74@{ shape: rect}
    F75@{ shape: rect}
    C28@{ shape: rect}
    P29@{ shape: rect}
    F76@{ shape: rect}
    F77@{ shape: rect}
    V78@{ shape: rect}
    I79@{ shape: rect}
    F21@{ shape: rect}
    Z40@{ shape: rect}
    R95@{ shape: rect}
    U96@{ shape: rect}
    M97@{ shape: rect}
    O98@{ shape: rect}
    F99@{ shape: rect}
    U100@{ shape: rect}
    O101@{ shape: rect}
    z3@{ shape: rect}
    i51@{ shape: rect}
    oneytcr_ortj_iofd19_2s_gwq@{ shape: rect}
    t2@{ shape: rect}
    yuyxegk_anim_bwvl19_2i_wbp1@{ shape: rect}
    z90@{ shape: rect}
    g91@{ shape: rect}
    m92@{ shape: rect}
    n93@{ shape: rect}
    L113@{ shape: rect}
    C114@{ shape: rect}
    A115@{ shape: rect}
    N116@{ shape: rect}
    N117@{ shape: rect}
    A118@{ shape: rect}
    H119@{ shape: rect}
    i5@{ shape: rect}
    e6@{ shape: rect}
    lgypijk_rwtc_e858k_2j_prq@{ shape: rect}
    g4@{ shape: rect}
    d96@{ shape: rect}
    x97@{ shape: rect}
    t98@{ shape: rect}
    e99@{ shape: rect}
    d100@{ shape: rect}
    B131@{ shape: rect}
    F132@{ shape: rect}
    qhokfiw_hrsu_pjhifujc_2c@{ shape: rect}
    bgwnnot_jxbq_hzjpvjfp_2y_uds@{ shape: rect}
    C135@{ shape: rect}
    o73@{ shape: rect}
    kqihixl_uqaj_a858m_2t@{ shape: rect}
    d8@{ shape: rect}
    i94@{ shape: rect}
    r101@{ shape: rect}
    v102@{ shape: rect}
    r50@{ shape: rect}
    p95@{ shape: rect}
    a74@{ shape: rect}
    g75@{ shape: rect}
    l77@{ shape: rect}
    p78@{ shape: rect}
    w79@{ shape: rect}
    f202@{ shape: rect}
    r203@{ shape: rect}
    j204@{ shape: rect}
    y205@{ shape: rect}
    e206@{ shape: rect}
    z207@{ shape: rect}
    l208@{ shape: rect}
    q209@{ shape: rect}
    n210@{ shape: rect}
    y211@{ shape: rect}
    i212@{ shape: rect}
    c213@{ shape: rect}
    k214@{ shape: rect}
    u215@{ shape: rect}
    j216@{ shape: rect}
    m217@{ shape: rect}
    l218@{ shape: rect}
    w219@{ shape: rect}
    g220@{ shape: rect}
    q222@{ shape: rect}
    j271@{ shape: rect}
    c274@{ shape: rect}
    n277@{ shape: rect}
    h286@{ shape: rect}
    q270@{ shape: rect}
    b272@{ shape: rect}
    v273@{ shape: rect}
    t275@{ shape: rect}
    d276@{ shape: rect}
    l278@{ shape: rect}
    b279@{ shape: rect}
    b280@{ shape: rect}
    p281@{ shape: rect}
    e282@{ shape: rect}
    s283@{ shape: rect}
    j284@{ shape: rect}
    q285@{ shape: rect}
    b287@{ shape: rect}
    l288@{ shape: rect}
    d289@{ shape: rect}
    y290@{ shape: rect}
    y291@{ shape: rect}
    k292@{ shape: rect}
    i293@{ shape: rect}
    k294@{ shape: rect}
    q295@{ shape: rect}
    y296@{ shape: rect}
    b297@{ shape: rect}
    z200@{ shape: card}
    b5@{ shape: rect}
    a6@{ shape: rect}
    style z61 fill:#C8E6C9
    style v62 fill:#C8E6C9
    style r63 fill:#C8E6C9
    style k80 fill:#FFF9C4
    style d81 fill:#757575
    style c65 fill:#FFF9C4
    style t66 fill:#757575
    style m67 fill:#757575
    style x68 fill:#C8E6C9
    style l70 fill:#C8E6C9
    style y71 fill:#C8E6C9
    style s72 fill:#C8E6C9
    style a88 fill:#C8E6C9
    style f89 fill:#C8E6C9
    style h87 fill:#C8E6C9
    style h258 fill:#FFF9C4
    style e259 fill:#757575
    style w260 fill:#C8E6C9
    style e261 fill:#C8E6C9
    style t262 fill:#FFF9C4
    style p263 fill:#757575
    style b264 fill:#C8E6C9
    style o265 fill:#C8E6C9
    style u266 fill:#FFFFFF
    style w267 fill:#757575
    style a268 fill:#C8E6C9
    style n269 fill:#C8E6C9
    style I3 fill:#FFF9C4
    style D4 fill:#757575
    style nfxbzmj_ewar fill:#757575
    style yzpcgbl_gjcl_baak19 fill:#757575
    style jyhgnuz_gdkl_t858g fill:#757575
    style zgyppbd_dwmg_nkvhycjb fill:#757575
    style m7 fill:#757575
    style yfjflfo_uahf_oxrr20 fill:#757575
    style t201 fill:#757575
    style a221 fill:#757575
    style U7 fill:#C8E6C9
    style C8 fill:#C8E6C9
    style N10 fill:#C8E6C9
    style P60 fill:#C8E6C9
    style U61 fill:#C8E6C9
    style J13 fill:#C8E6C9
    style Z14 fill:#C8E6C9
    style M15 fill:#C8E6C9
    style F66 fill:#C8E6C9
    style M67 fill:#C8E6C9
    style K68 fill:#C8E6C9
    style M69 fill:#C8E6C9
    style qqearfw_vuvp fill:#757575
    style N16 fill:#C8E6C9
    style M17 fill:#C8E6C9
    style S18 fill:#C8E6C9
    style V19 fill:#C8E6C9
    style S20 fill:#C8E6C9
    style C22 fill:#C8E6C9
    style f298 fill:#C8E6C9
    style I23 fill:#C8E6C9
    style g299 fill:#C8E6C9
    style V24 fill:#C8E6C9
    style m300 fill:#C8E6C9
    style V27 fill:#C8E6C9
    style G26 fill:#C8E6C9
    style U25 fill:#C8E6C9
    style O71 fill:#C8E6C9
    style A70 fill:#C8E6C9
    style O73 fill:#C8E6C9
    style S72 fill:#C8E6C9
    style E74 fill:#C8E6C9
    style F75 fill:#C8E6C9
    style C28 fill:#C8E6C9
    style P29 fill:#C8E6C9
    style F76 fill:#C8E6C9
    style F77 fill:#C8E6C9
    style V78 fill:#C8E6C9
    style I79 fill:#C8E6C9
    style F21 fill:#C8E6C9
    style Z40 fill:#C8E6C9
    style R95 fill:#C8E6C9
    style U96 fill:#C8E6C9
    style M97 fill:#C8E6C9
    style O98 fill:#C8E6C9
    style F99 fill:#C8E6C9
    style U100 fill:#C8E6C9
    style O101 fill:#C8E6C9
    style z3 fill:#C8E6C9
    style i51 fill:#C8E6C9
    style oneytcr_ortj_iofd19_2s_gwq fill:#FFE0B2
    style t2 fill:#C8E6C9
    style yuyxegk_anim_bwvl19_2i_wbp1 fill:#E1BEE7
    style z90 fill:#E1BEE7
    style g91 fill:#E1BEE7
    style m92 fill:#E1BEE7
    style n93 fill:#E1BEE7
    style L113 fill:#C8E6C9
    style C114 fill:#C8E6C9
    style A115 fill:#C8E6C9
    style N116 fill:#C8E6C9
    style N117 fill:#C8E6C9
    style A118 fill:#C8E6C9
    style H119 fill:#C8E6C9
    style i5 fill:#C8E6C9
    style e6 fill:#C8E6C9
    style lgypijk_rwtc_e858k_2j_prq fill:#FFE0B2
    style g4 fill:#C8E6C9
    style d96 fill:#E1BEE7
    style x97 fill:#E1BEE7
    style t98 fill:#E1BEE7
    style e99 fill:#E1BEE7
    style d100 fill:#E1BEE7
    style B131 fill:#C8E6C9
    style F132 fill:#C8E6C9
    style qhokfiw_hrsu_pjhifujc_2c fill:#E1BEE7
    style bgwnnot_jxbq_hzjpvjfp_2y_uds fill:#FFE0B2
    style C135 fill:#C8E6C9
    style o73 fill:#C8E6C9
    style kqihixl_uqaj_a858m_2t fill:#FFE0B2
    style d8 fill:#C8E6C9
    style i94 fill:#E1BEE7
    style r101 fill:#E1BEE7
    style v102 fill:#E1BEE7
    style r50 fill:#FFE0B2
    style p95 fill:#E1BEE7
    style a74 fill:#C8E6C9
    style g75 fill:#C8E6C9
    style l77 fill:#C8E6C9
    style p78 fill:#C8E6C9
    style w79 fill:#C8E6C9
    style f202 fill:#C8E6C9
    style r203 fill:#C8E6C9
    style j204 fill:#C8E6C9
    style y205 fill:#C8E6C9
    style e206 fill:#C8E6C9
    style z207 fill:#C8E6C9
    style l208 fill:#C8E6C9
    style q209 fill:#C8E6C9
    style n210 fill:#C8E6C9
    style y211 fill:#C8E6C9
    style i212 fill:#C8E6C9
    style c213 fill:#C8E6C9
    style k214 fill:#C8E6C9
    style u215 fill:#C8E6C9
    style j216 fill:#C8E6C9
    style m217 fill:#C8E6C9
    style l218 fill:#C8E6C9
    style w219 fill:#C8E6C9
    style g220 fill:#FFE0B2
    style q222 fill:#C8E6C9
    style j271 fill:#C8E6C9
    style c274 fill:#C8E6C9
    style n277 fill:#C8E6C9
    style h286 fill:#C8E6C9
    style q270 fill:#BBDEFB
    style b272 fill:#C8E6C9
    style v273 fill:#FFCDD2
    style t275 fill:#C8E6C9
    style d276 fill:#FFCDD2
    style l278 fill:#C8E6C9
    style b279 fill:#C8E6C9
    style b280 fill:#C8E6C9
    style p281 fill:#FFCDD2
    style e282 fill:#C8E6C9
    style s283 fill:#FFF9C4
    style j284 fill:#C8E6C9
    style q285 fill:#FFF9C4
    style b287 fill:#C8E6C9
    style l288 fill:#C8E6C9
    style d289 fill:#C8E6C9
    style y290 fill:#C8E6C9
    style y291 fill:#FFCDD2
    style k292 fill:#C8E6C9
    style i293 fill:#C8E6C9
    style k294 fill:#C8E6C9
    style q295 fill:#FFF9C4
    style y296 fill:#FFF9C4
    style b297 fill:#FFF9C4
    style z200 fill:#E1BEE7
    style b5 fill:#FFCDD2
    style a6 fill:#FFF9C4
    style w2 fill:#FFE0B2
    style p3 fill:#E1BEE7
    style e1 fill:#FFCDD2
    style z4 fill:#BBDEFB
    linkStyle 43 stroke:#000000,fill:none
